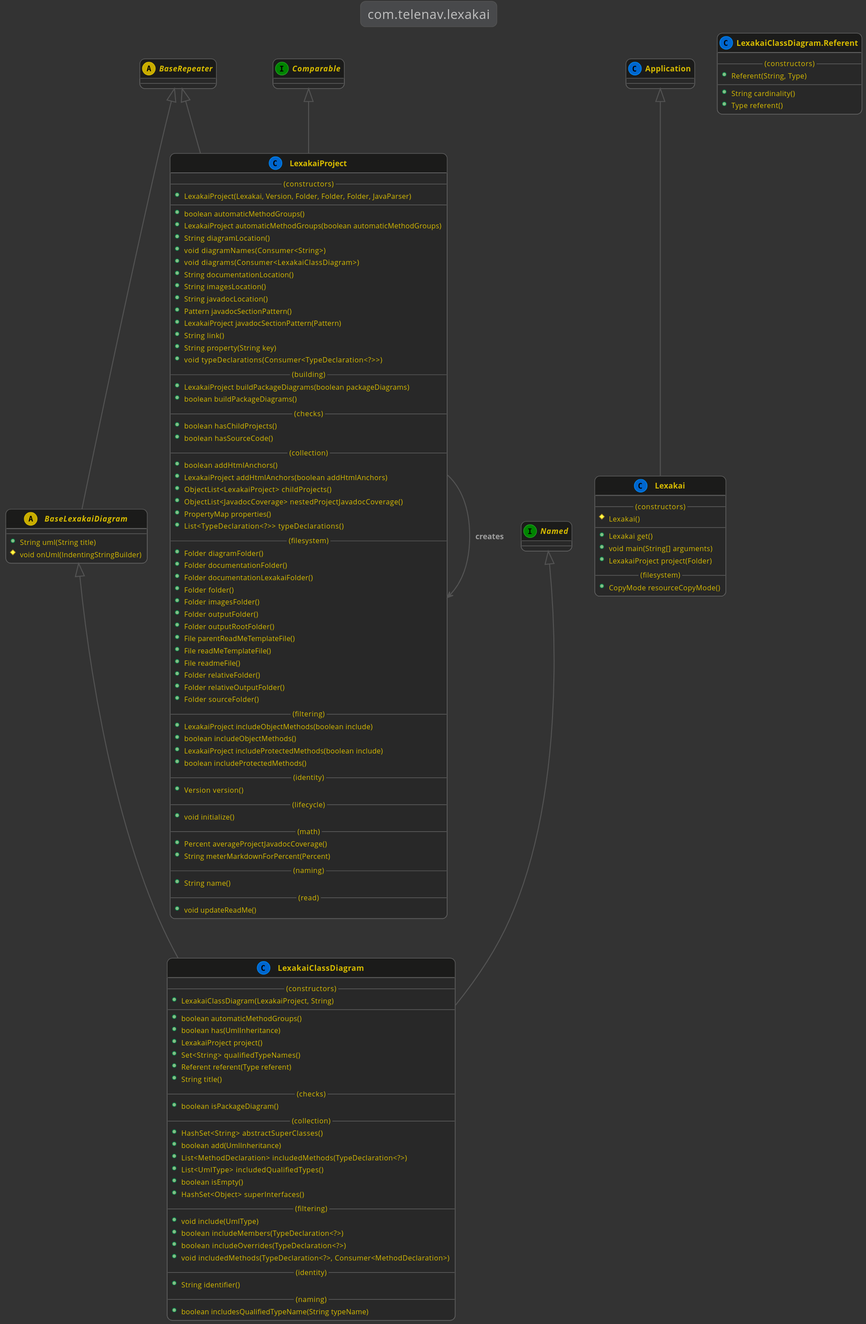
Earlier version of the PlantUML export docs/lexakai/lexakai/documentation/diagrams/com.telenav.lexakai.svg (Telenav/lexakai-assets). Its diagram source:
```plantuml
@startuml

    !include ../lexakai/lexakai.theme

    title "com.telenav.lexakai"

    abstract BaseRepeater
    abstract BaseLexakaiDiagram

    interface Named
    interface Comparable

    BaseRepeater <|-- BaseLexakaiDiagram
    abstract class BaseLexakaiDiagram
    {
        --
        +String uml(String title)
        #void onUml(IndentingStringBuilder)
    }

    Application <|-- Lexakai
    class Lexakai
    {
        --(constructors)--
        #Lexakai()
        --
        +Lexakai get()
        +void main(String[] arguments)
        +LexakaiProject project(Folder)
        --(filesystem)--
        +CopyMode resourceCopyMode()
    }

    BaseLexakaiDiagram <|-- LexakaiClassDiagram
    Named <|-- LexakaiClassDiagram
    class LexakaiClassDiagram
    {
        --(constructors)--
        +LexakaiClassDiagram(LexakaiProject, String)
        --
        +boolean automaticMethodGroups()
        +boolean has(UmlInheritance)
        +LexakaiProject project()
        +Set<String> qualifiedTypeNames()
        +Referent referent(Type referent)
        +String title()
        --(checks)--
        +boolean isPackageDiagram()
        --(collection)--
        +HashSet<String> abstractSuperClasses()
        +boolean add(UmlInheritance)
        +List<MethodDeclaration> includedMethods(TypeDeclaration<?>)
        +List<UmlType> includedQualifiedTypes()
        +boolean isEmpty()
        +HashSet<Object> superInterfaces()
        --(filtering)--
        +void include(UmlType)
        +boolean includeMembers(TypeDeclaration<?>)
        +boolean includeOverrides(TypeDeclaration<?>)
        +void includedMethods(TypeDeclaration<?>, Consumer<MethodDeclaration>)
        --(identity)--
        +String identifier()
        --(naming)--
        +boolean includesQualifiedTypeName(String typeName)
    }

    BaseRepeater <|-- LexakaiProject
    Comparable <|-- LexakaiProject
    LexakaiProject --> LexakaiProject : "creates"
    class LexakaiProject
    {
        --(constructors)--
        +LexakaiProject(Lexakai, Version, Folder, Folder, Folder, JavaParser)
        --
        +boolean automaticMethodGroups()
        +LexakaiProject automaticMethodGroups(boolean automaticMethodGroups)
        +String diagramLocation()
        +void diagramNames(Consumer<String>)
        +void diagrams(Consumer<LexakaiClassDiagram>)
        +String documentationLocation()
        +String imagesLocation()
        +String javadocLocation()
        +Pattern javadocSectionPattern()
        +LexakaiProject javadocSectionPattern(Pattern)
        +String link()
        +String property(String key)
        +void typeDeclarations(Consumer<TypeDeclaration<?>>)
        --(building)--
        +LexakaiProject buildPackageDiagrams(boolean packageDiagrams)
        +boolean buildPackageDiagrams()
        --(checks)--
        +boolean hasChildProjects()
        +boolean hasSourceCode()
        --(collection)--
        +boolean addHtmlAnchors()
        +LexakaiProject addHtmlAnchors(boolean addHtmlAnchors)
        +ObjectList<LexakaiProject> childProjects()
        +ObjectList<JavadocCoverage> nestedProjectJavadocCoverage()
        +PropertyMap properties()
        +List<TypeDeclaration<?>> typeDeclarations()
        --(filesystem)--
        +Folder diagramFolder()
        +Folder documentationFolder()
        +Folder documentationLexakaiFolder()
        +Folder folder()
        +Folder imagesFolder()
        +Folder outputFolder()
        +Folder outputRootFolder()
        +File parentReadMeTemplateFile()
        +File readMeTemplateFile()
        +File readmeFile()
        +Folder relativeFolder()
        +Folder relativeOutputFolder()
        +Folder sourceFolder()
        --(filtering)--
        +LexakaiProject includeObjectMethods(boolean include)
        +boolean includeObjectMethods()
        +LexakaiProject includeProtectedMethods(boolean include)
        +boolean includeProtectedMethods()
        --(identity)--
        +Version version()
        --(lifecycle)--
        +void initialize()
        --(math)--
        +Percent averageProjectJavadocCoverage()
        +String meterMarkdownForPercent(Percent)
        --(naming)--
        +String name()
        --(read)--
        +void updateReadMe()
    }

    class LexakaiClassDiagram.Referent
    {
        --(constructors)--
        +Referent(String, Type)
        --
        +String cardinality()
        +Type referent()
    }

@enduml
```
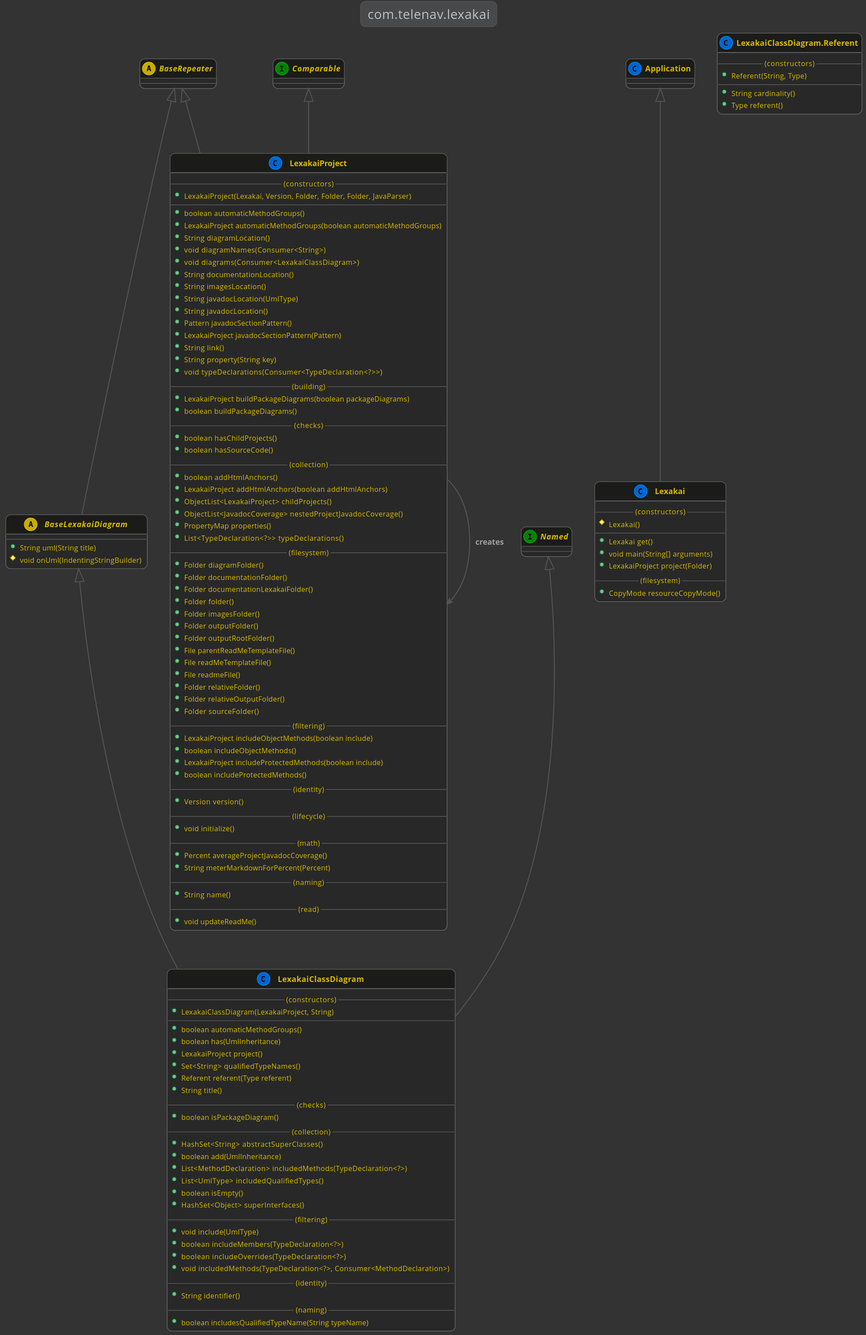
Above is the later version.

What changed in the source:
```diff
@@ -79,6 +79,7 @@
         +void diagrams(Consumer<LexakaiClassDiagram>)
         +String documentationLocation()
         +String imagesLocation()
+        +String javadocLocation(UmlType)
         +String javadocLocation()
         +Pattern javadocSectionPattern()
         +LexakaiProject javadocSectionPattern(Pattern)
```
